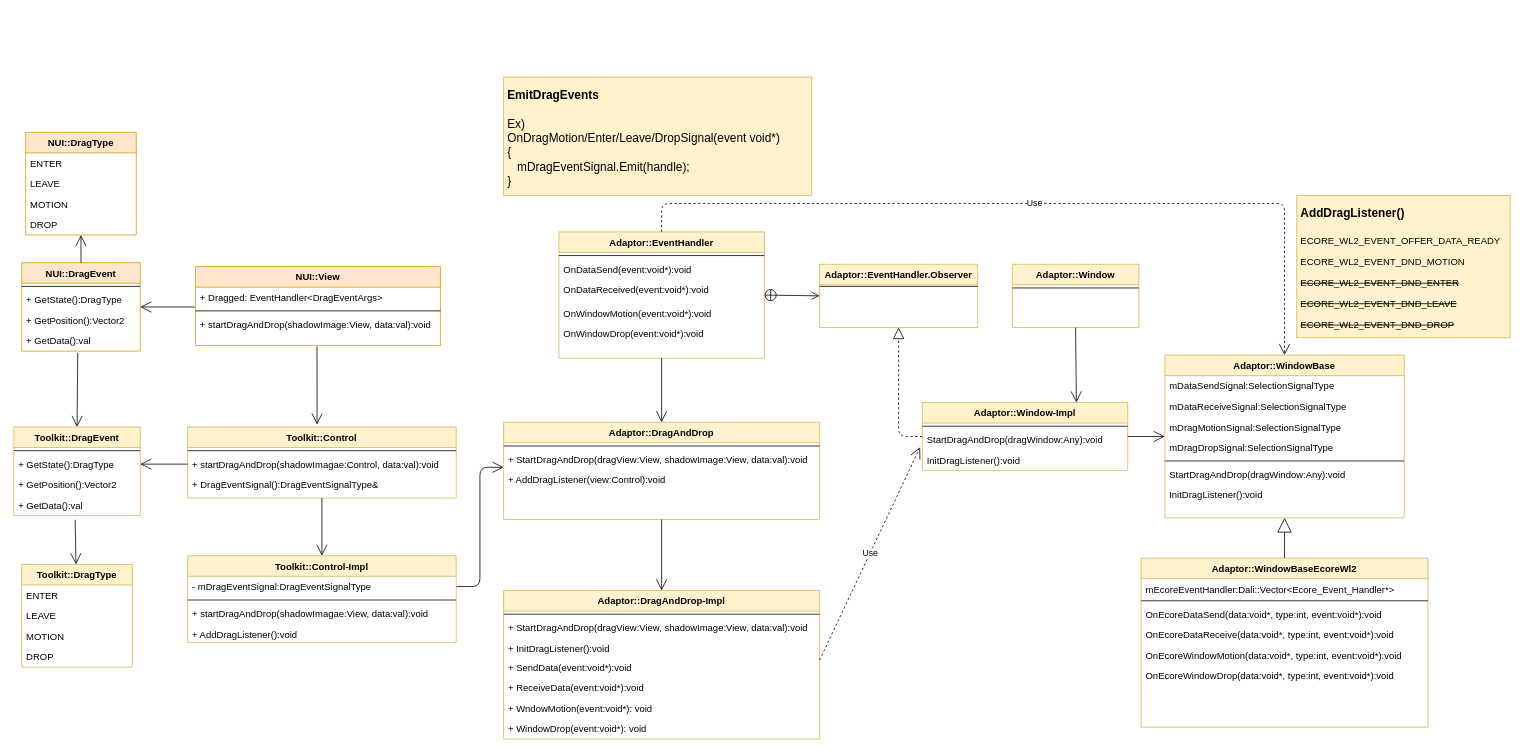
taehyub/drawio keeps this draw.io diagram as page "Page-3" (3 of 10) of Untitled Diagram.drawio. Above is the earlier version. Source tidied: cells renumbered, new cells numbered last; positions are measured from the earlier drawing's top-left corner, leaving out a move shared by most shapes. Both pictures are drawn from the tidied source at 79%, with x=0, y=0 at pixel (13, 77).
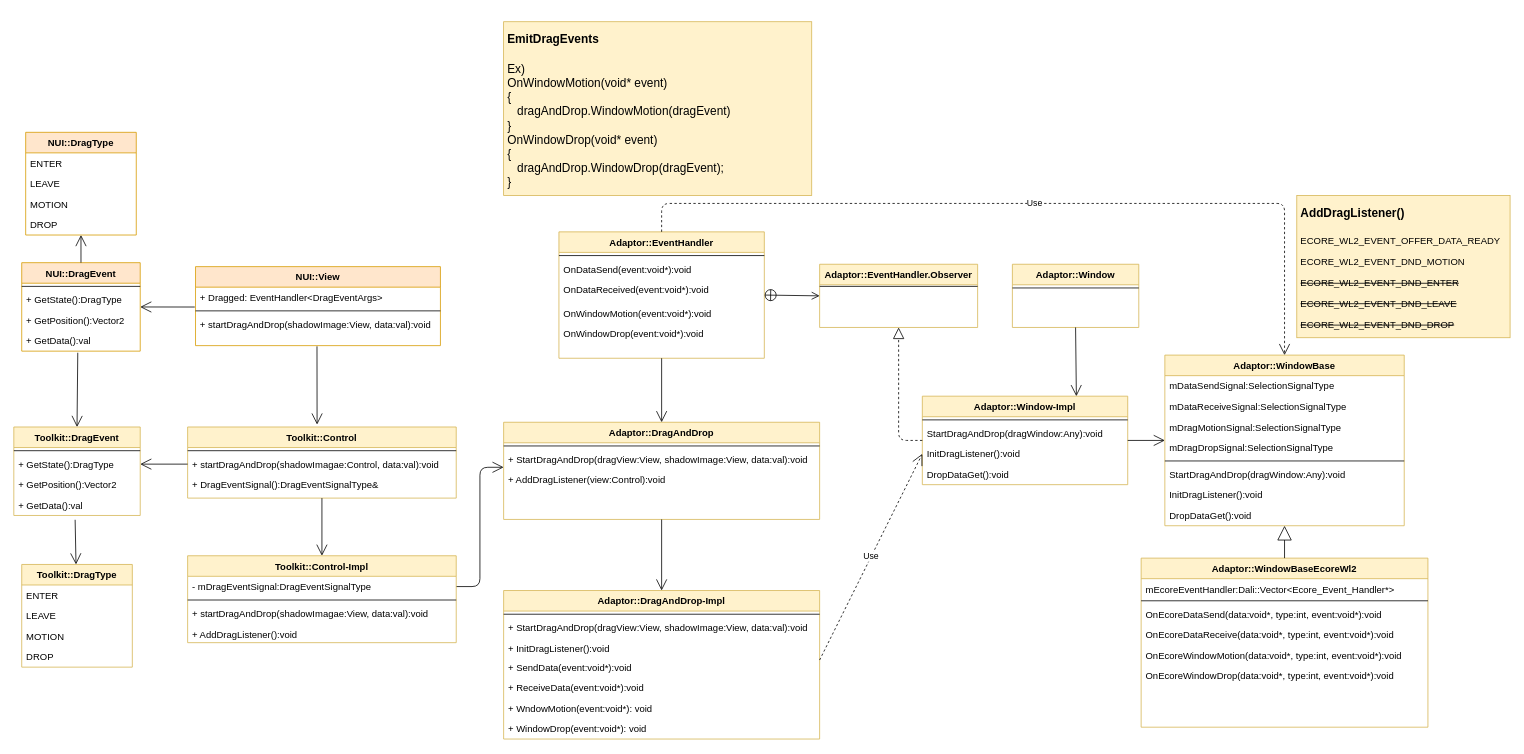
The same page after the edit.

The change refers to these unchanged cells:
```xml
<mxCell id="42" value="StartDragAndDrop(dragWindow:Any):void" style="text;strokeColor=none;fillColor=none;align=left;verticalAlign=top;spacingLeft=4;spacingRight=4;overflow=hidden;points=[[0,0.5],[1,0.5]];portConstraint=eastwest;hachureGap=4;" parent="40" vertex="1">
  <mxGeometry y="34" width="260" height="26" as="geometry" />
</mxCell>
<mxCell id="43" value="InitDragListener():void" style="text;strokeColor=none;fillColor=none;align=left;verticalAlign=top;spacingLeft=4;spacingRight=4;overflow=hidden;points=[[0,0.5],[1,0.5]];portConstraint=eastwest;hachureGap=4;" parent="40" vertex="1">
  <mxGeometry y="60" width="260" height="26" as="geometry" />
</mxCell>
```

What changed in the source:
```diff
@@
     <mxCell id="23" value="Adaptor::WindowBase" style="swimlane;fontStyle=1;align=center;verticalAlign=top;horizontal=1;startSize=26;rounded=0;shadow=0;strokeWidth=1;fillColor=#fff2cc;strokeColor=#d6b656;" parent="1" vertex="1">
-      <mxGeometry x="1457" y="352" width="303" height="206" as="geometry" />
+      <mxGeometry x="1457" y="352" width="303" height="216" as="geometry" />
     </mxCell>
@@
+    <mxCell id="95" value="DropDataGet():void" style="text;strokeColor=none;fillColor=none;align=left;verticalAlign=top;spacingLeft=4;spacingRight=4;overflow=hidden;hachureGap=4;" parent="23" vertex="1">
+      <mxGeometry y="190" width="303" height="26" as="geometry" />
+    </mxCell>
@@
     <mxCell id="40" value="Adaptor::Window-Impl&#10;" style="swimlane;fontStyle=1;align=center;verticalAlign=top;horizontal=1;startSize=26;rounded=0;shadow=0;strokeWidth=1;fillColor=#fff2cc;strokeColor=#d6b656;" parent="1" vertex="1">
-      <mxGeometry x="1150" y="412" width="260" height="86" as="geometry" />
+      <mxGeometry x="1150" y="404" width="260" height="112" as="geometry" />
     </mxCell>
@@
+    <mxCell id="96" value="DropDataGet():void" style="text;strokeColor=none;fillColor=none;align=left;verticalAlign=top;spacingLeft=4;spacingRight=4;overflow=hidden;hachureGap=4;" parent="40" vertex="1">
+      <mxGeometry y="86" width="260" height="26" as="geometry" />
+    </mxCell>
@@
-    <mxCell id="60" value="Use" style="endArrow=open;endSize=12;dashed=1;html=1;sourcePerimeterSpacing=8;targetPerimeterSpacing=8;entryX=-0.011;entryY=0.873;entryDx=0;entryDy=0;exitX=1;exitY=0.154;exitDx=0;exitDy=0;entryPerimeter=0;exitPerimeter=0;" parent="1" edge="1" target="42">
+    <mxCell id="60" value="Use" style="endArrow=open;endSize=12;dashed=1;html=1;sourcePerimeterSpacing=8;targetPerimeterSpacing=8;entryX=0;entryY=0.5;entryDx=0;entryDy=0;exitX=1;exitY=0.154;exitDx=0;exitDy=0;exitPerimeter=0;" parent="1" edge="1" target="43">
       <mxGeometry relative="1" as="geometry">
         <mxPoint x="1020" y="738" as="sourcePoint" />
       </mxGeometry>
     </mxCell>
@@
-    <mxCell id="94" value="&lt;h1&gt;&lt;span style=&quot;font-size: 15px&quot;&gt;EmitDragEvents&lt;/span&gt;&lt;/h1&gt;&lt;div&gt;&lt;span style=&quot;font-size: 15px&quot;&gt;Ex)&lt;/span&gt;&lt;/div&gt;&lt;div&gt;&lt;span style=&quot;font-size: 15px&quot;&gt;OnDragMotion/Enter/Leave/DropSignal(event void*)&lt;/span&gt;&lt;/div&gt;&lt;div&gt;&lt;span style=&quot;font-size: 15px&quot;&gt;{&lt;/span&gt;&lt;/div&gt;&lt;div&gt;&lt;span style=&quot;font-size: 15px&quot;&gt;&amp;nbsp; &amp;nbsp;mDragEventSignal.Emit(handle);&lt;/span&gt;&lt;br&gt;&lt;/div&gt;&lt;div&gt;&lt;span style=&quot;font-size: 15px&quot;&gt;}&lt;/span&gt;&lt;/div&gt;&lt;div&gt;&lt;br&gt;&lt;/div&gt;" style="text;html=1;strokeColor=#d6b656;fillColor=#fff2cc;spacing=5;spacingTop=-20;whiteSpace=wrap;overflow=hidden;rounded=0;hachureGap=4;" parent="1" vertex="1">
-      <mxGeometry x="620" width="390" height="150" as="geometry" />
-    </mxCell>
+    <mxCell id="97" value="&lt;h1&gt;&lt;span style=&quot;font-size: 15px&quot;&gt;EmitDragEvents&lt;/span&gt;&lt;/h1&gt;&lt;div&gt;&lt;span style=&quot;font-size: 15px&quot;&gt;Ex)&lt;/span&gt;&lt;/div&gt;&lt;div&gt;&lt;span style=&quot;font-size: 15px&quot;&gt;OnWindowMotion(void* event)&lt;/span&gt;&lt;/div&gt;&lt;div&gt;&lt;span style=&quot;font-size: 15px&quot;&gt;{&lt;/span&gt;&lt;/div&gt;&lt;div&gt;&lt;span style=&quot;font-size: 15px&quot;&gt;&amp;nbsp; &amp;nbsp;dragAndDrop.WindowMotion(dragEvent)&lt;/span&gt;&lt;/div&gt;&lt;div&gt;&lt;span style=&quot;font-size: 15px&quot;&gt;}&lt;/span&gt;&lt;/div&gt;&lt;div&gt;&lt;div&gt;&lt;span style=&quot;font-size: 15px&quot;&gt;OnWindowDrop(void* event)&lt;/span&gt;&lt;/div&gt;&lt;div&gt;&lt;span style=&quot;font-size: 15px&quot;&gt;{&lt;/span&gt;&lt;/div&gt;&lt;div&gt;&lt;span style=&quot;font-size: 15px&quot;&gt;&amp;nbsp; &amp;nbsp;dragAndDrop.WindowDrop(dragEvent);&lt;/span&gt;&lt;/div&gt;&lt;div&gt;&lt;span style=&quot;font-size: 15px&quot;&gt;}&lt;/span&gt;&lt;/div&gt;&lt;div&gt;&lt;br&gt;&lt;/div&gt;&lt;/div&gt;" style="text;html=1;strokeColor=#d6b656;fillColor=#fff2cc;spacing=5;spacingTop=-20;whiteSpace=wrap;overflow=hidden;rounded=0;hachureGap=4;" parent="1" vertex="1">
+      <mxGeometry x="620" y="-70" width="390" height="220" as="geometry" />
+    </mxCell>
```
